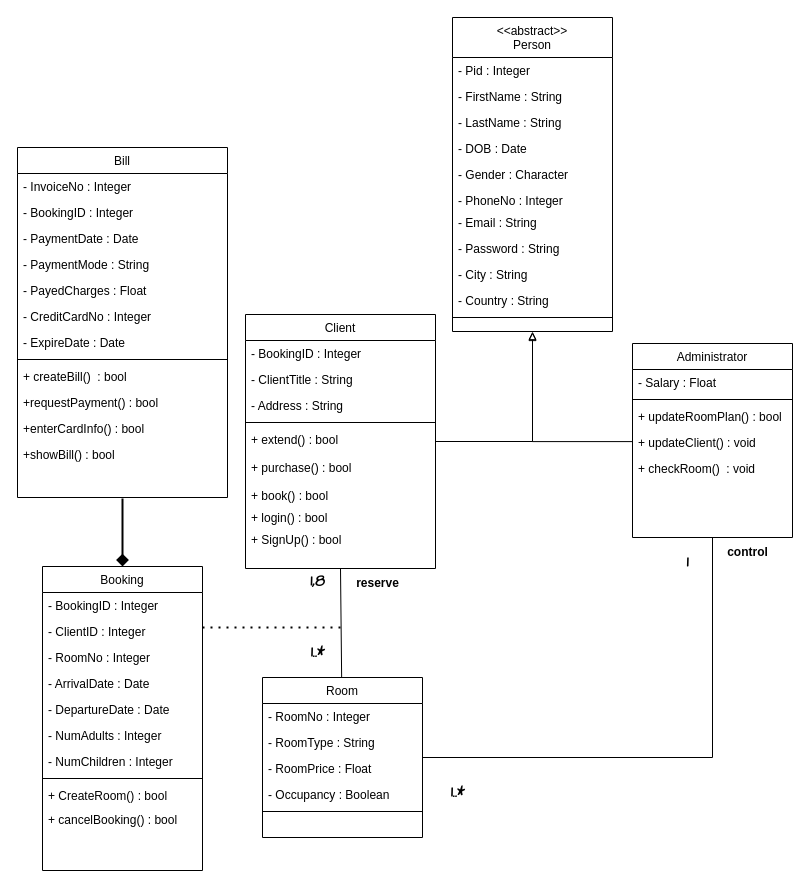
Before: UML/HotelClassDiagram.drawio in ayman-gassi/Hotel-management, a draw.io diagram. Source tidied: cells renumbered, new cells numbered last; positions are measured from the earlier drawing's top-left corner, leaving out a move shared by most shapes. Both pictures are drawn from the tidied source at 100%, with x=0, y=0 at pixel (17, 17).
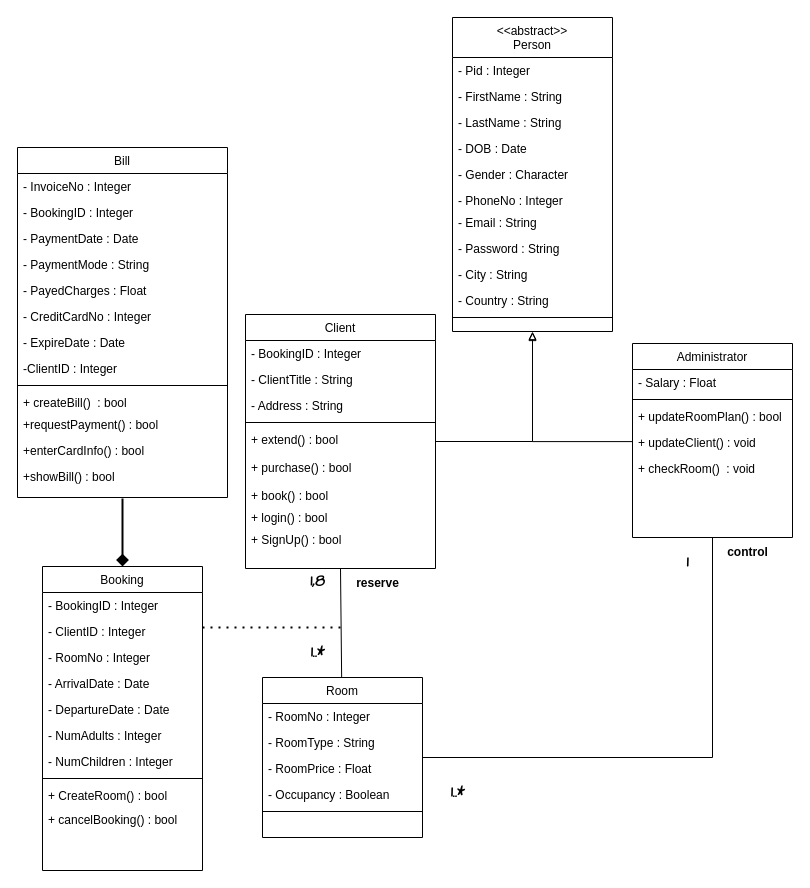
After the change.

Commit message:
UPDATE CLASS DIAGRAM (ADD CLIENTID IN BILL CLASS)

Unchanged cells that the change refers to:
```xml
<mxCell id="25" value="Bill" style="swimlane;fontStyle=0;align=center;verticalAlign=top;horizontal=1;startSize=26;rounded=0;shadow=0;strokeWidth=1;" parent="1" vertex="1">
  <mxGeometry y="130" width="210" height="350" as="geometry" />
</mxCell>
```

What changed in the source:
```diff
@@
+    <mxCell id="72" value="-ClientID : Integer" style="text;align=left;verticalAlign=top;spacingLeft=4;spacingRight=4;overflow=hidden;" parent="25" vertex="1">
+      <mxGeometry y="208" width="210" height="26" as="geometry" />
+    </mxCell>
     <mxCell id="33" style="line;html=1;strokeWidth=1;align=left;verticalAlign=middle;spacingTop=-1;spacingLeft=3;spacingRight=3;labelPosition=right;" parent="25" vertex="1">
-      <mxGeometry y="208" width="210" height="8" as="geometry" />
+      <mxGeometry y="234" width="210" height="8" as="geometry" />
     </mxCell>
     <mxCell id="34" value="+ createBill()  : bool" style="text;align=left;verticalAlign=top;spacingLeft=4;spacingRight=4;overflow=hidden;" parent="25" vertex="1">
-      <mxGeometry y="216" width="210" height="26" as="geometry" />
+      <mxGeometry y="242" width="210" height="22" as="geometry" />
     </mxCell>
     <mxCell id="35" value="+requestPayment() : bool" style="text;align=left;verticalAlign=top;spacingLeft=4;spacingRight=4;overflow=hidden;" parent="25" vertex="1">
-      <mxGeometry y="242" width="210" height="26" as="geometry" />
+      <mxGeometry y="264" width="210" height="26" as="geometry" />
     </mxCell>
     <mxCell id="36" value="+enterCardInfo() : bool" style="text;align=left;verticalAlign=top;spacingLeft=4;spacingRight=4;overflow=hidden;" parent="25" vertex="1">
-      <mxGeometry y="268" width="210" height="26" as="geometry" />
+      <mxGeometry y="290" width="210" height="26" as="geometry" />
     </mxCell>
     <mxCell id="37" value="+showBill() : bool" style="text;align=left;verticalAlign=top;spacingLeft=4;spacingRight=4;overflow=hidden;" parent="25" vertex="1">
-      <mxGeometry y="294" width="210" height="26" as="geometry" />
+      <mxGeometry y="316" width="210" height="26" as="geometry" />
     </mxCell>
```
